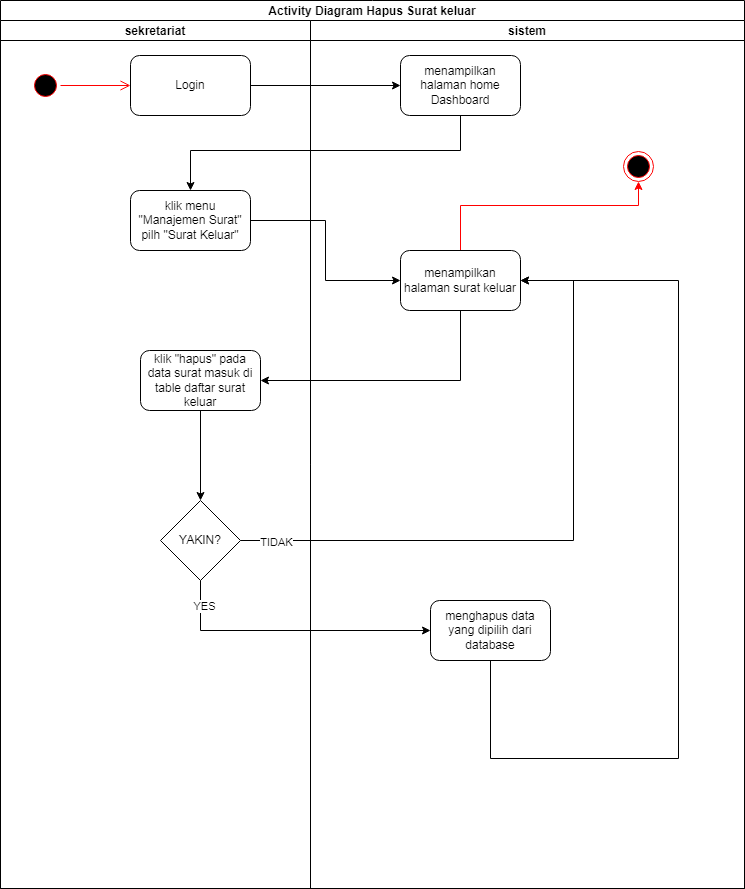
Before: SKRIPSI/UML/2. ACTIVITY/SURAT KELUAR/DELETE.png, a diagram exported from draw.io (Rusadi-0/KULIAH). Source tidied: cells renumbered, new cells last; positions are measured from the earlier drawing's top-left corner, leaving out a move shared by most shapes.
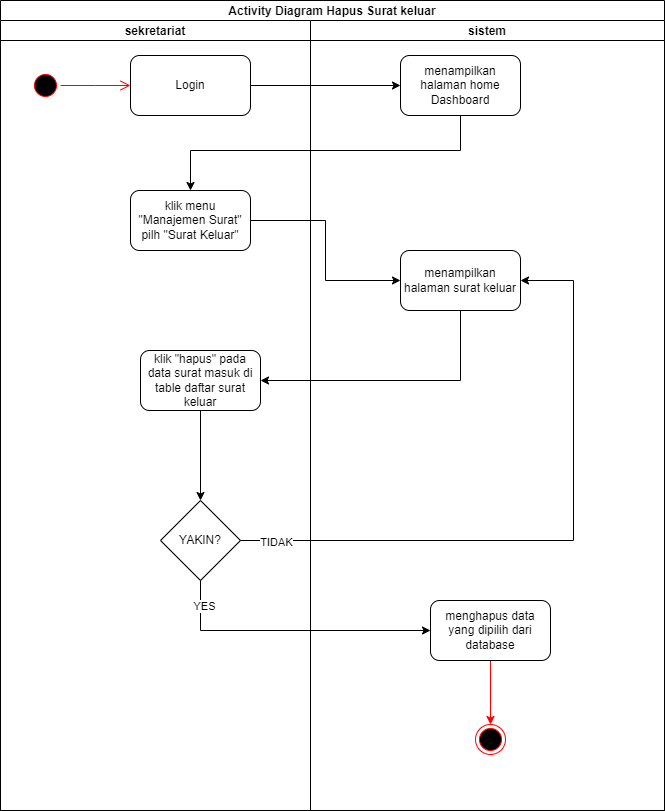
The same diagram one commit later.

What changed in the source:
```diff
@@ -3,10 +3,10 @@
     <mxCell id="0" />
     <mxCell id="1" parent="0" />
     <mxCell id="2" value="Activity Diagram Hapus Surat keluar" style="swimlane;startSize=20;" parent="1" vertex="1">
-      <mxGeometry width="744" height="888" as="geometry" />
+      <mxGeometry width="664" height="810" as="geometry" />
     </mxCell>
     <mxCell id="3" value="sekretariat" style="swimlane;startSize=20;" parent="2" vertex="1">
-      <mxGeometry y="20" width="310" height="868" as="geometry" />
+      <mxGeometry y="20" width="310" height="790" as="geometry" />
     </mxCell>
     <mxCell id="4" style="ellipse;html=1;shape=startState;fillColor=#000000;strokeColor=#ff0000;" parent="3" vertex="1">
       <mxGeometry x="30" y="50" width="30" height="30" as="geometry" />
@@ -32,35 +32,22 @@
       <mxGeometry x="160" y="480" width="80" height="80" as="geometry" />
     </mxCell>
     <mxCell id="11" value="sistem" style="swimlane;startSize=20;" parent="2" vertex="1">
-      <mxGeometry x="310" y="20" width="434" height="868" as="geometry" />
+      <mxGeometry x="310" y="20" width="354" height="790" as="geometry" />
     </mxCell>
     <mxCell id="12" value="menampilkan halaman home Dashboard" style="rounded=1;whiteSpace=wrap;html=1;" parent="11" vertex="1">
       <mxGeometry x="90" y="35" width="120" height="60" as="geometry" />
     </mxCell>
-    <mxCell id="13" style="edgeStyle=orthogonalEdgeStyle;rounded=0;jettySize=auto;html=1;strokeColor=#FF0000;" parent="11" edge="1" source="14" target="17">
-      <mxGeometry relative="1" as="geometry">
-        <Array as="points">
-          <mxPoint x="150" y="185" />
-          <mxPoint x="328" y="185" />
-        </Array>
-      </mxGeometry>
-    </mxCell>
     <mxCell id="14" value="menampilkan halaman surat keluar" style="rounded=1;whiteSpace=wrap;html=1;" parent="11" vertex="1">
       <mxGeometry x="90" y="230" width="120" height="60" as="geometry" />
     </mxCell>
-    <mxCell id="15" style="edgeStyle=orthogonalEdgeStyle;rounded=0;jettySize=auto;html=1;entryX=1;entryY=0.5;entryDx=0;entryDy=0;" parent="11" edge="1" source="16" target="14">
-      <mxGeometry relative="1" as="geometry">
-        <Array as="points">
-          <mxPoint x="368" y="738" />
-          <mxPoint x="368" y="260" />
-        </Array>
-      </mxGeometry>
-    </mxCell>
+    <mxCell id="26" style="edgeStyle=orthogonalEdgeStyle;rounded=0;jettySize=auto;html=1;strokeColor=#FF0000;" parent="11" edge="1" source="16" target="17">
+      <mxGeometry relative="1" as="geometry" />
+    </mxCell>
     <mxCell id="16" value="menghapus data yang dipilih dari database" style="rounded=1;whiteSpace=wrap;html=1;" parent="11" vertex="1">
       <mxGeometry x="120" y="580" width="120" height="60" as="geometry" />
     </mxCell>
     <mxCell id="17" style="ellipse;html=1;shape=endState;fillColor=#000000;strokeColor=#ff0000;" parent="11" vertex="1">
-      <mxGeometry x="313" y="131" width="30" height="30" as="geometry" />
+      <mxGeometry x="165" y="704" width="30" height="30" as="geometry" />
     </mxCell>
     <mxCell id="18" style="edgeStyle=orthogonalEdgeStyle;rounded=0;jettySize=auto;html=1;entryX=0;entryY=0.5;entryDx=0;entryDy=0;" parent="2" edge="1" source="6" target="12">
       <mxGeometry relative="1" as="geometry" />
```
